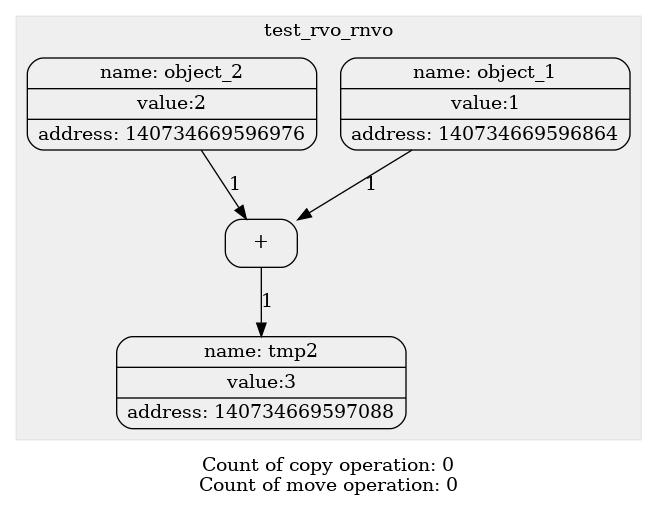
levasemin/Move_Semantic keeps this Graphviz diagram as diagrams/graph_rvo_rnvo.png. Above is the earlier version. Its source is kept beside it as diagrams/graph_rvo_rnvo.dot.
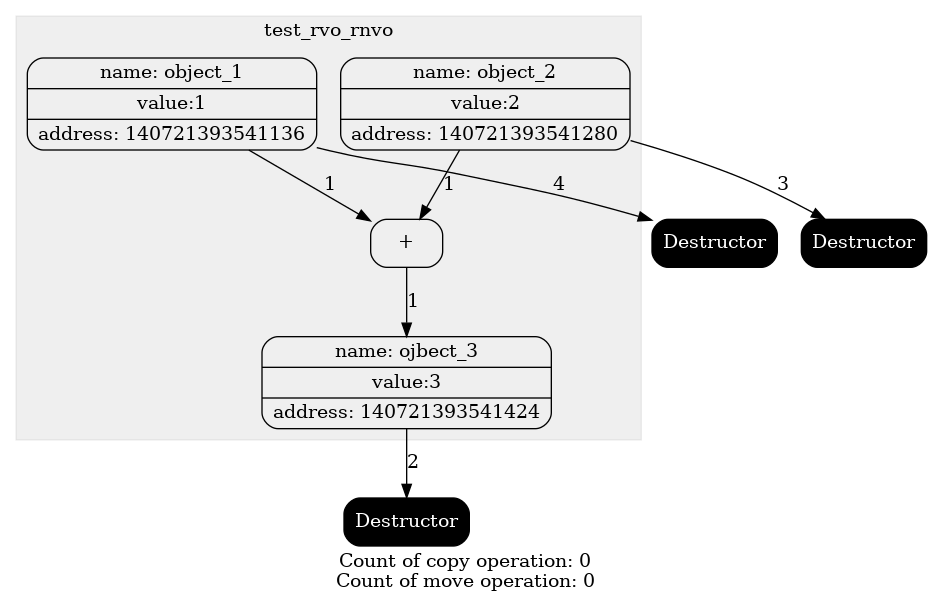
Above is the later version.

Diff of the diagram source:
```diff
@@ -6,15 +6,22 @@
 label = test_rvo_rnvo;
 style= filled
 color = "#00000010";
-1[label="{ {name: tmp0} | {value:1} | {address: 140734669596864}} " color=""style=""];
-1[label="{ {name: object_1} | {value:1} | {address: 140734669596864}} " color=""style=""];
-2[label="{ {name: tmp1} | {value:2} | {address: 140734669596976}} " color=""style=""];
-2[label="{ {name: object_2} | {value:2} | {address: 140734669596976}} " color=""style=""];
-3[label="+" color = "" style = ""];
-edge[style = "" color = ""label = "1"]1->3;
-edge[style = "" color = ""label = "1"]2->3;
-4[label="{ {name: tmp2} | {value:3} | {address: 140734669597088}} " color=""style=""];
-edge[style = "" color = ""label = "1"]3->4;
+1[label="{ {name: tmp0} | {value:1} | {address: 140721393541136}} " color=""style=""fontcolor=""];
+1[label="{ {name: object_1} | {value:1} | {address: 140721393541136}} " color=""style=""fontcolor=""];
+2[label="{ {name: tmp1} | {value:2} | {address: 140721393541280}} " color=""style=""fontcolor=""];
+2[label="{ {name: object_2} | {value:2} | {address: 140721393541280}} " color=""style=""fontcolor=""];
+3[label="+" color = "" style = ""fontcolor =""];
+edge[style = "" color = ""label = "1"fontcolor =""]1->3;
+edge[style = "" color = ""label = "1"fontcolor =""]2->3;
+4[label="{ {name: tmp2} | {value:3} | {address: 140721393541424}} " color=""style=""fontcolor=""];
+edge[style = "" color = ""label = "1"fontcolor =""]3->4;
+4[label="{ {name: ojbect_3} | {value:3} | {address: 140721393541424}} " color=""style=""fontcolor=""];
 }
+5[label="Destructor" color = "black" style = "filled"fontcolor ="white"];
+edge[style = "" color = ""label = "2"fontcolor =""]4->5;
+6[label="Destructor" color = "black" style = "filled"fontcolor ="white"];
+edge[style = "" color = ""label = "3"fontcolor =""]2->6;
+7[label="Destructor" color = "black" style = "filled"fontcolor ="white"];
+edge[style = "" color = ""label = "4"fontcolor =""]1->7;
 label="Count of copy operation: 0
 Count of move operation: 0"}
```
